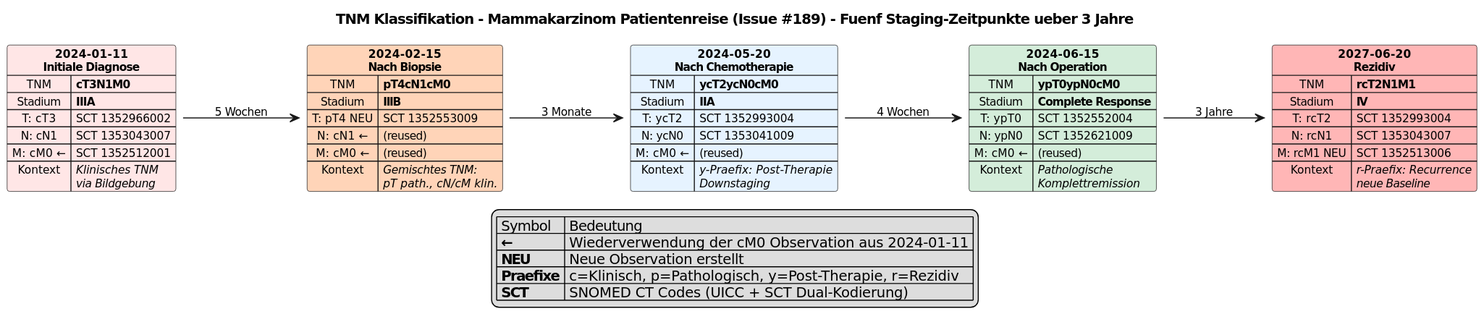
The PlantUML diagram implementation-guides/ImplementationGuide-2026.x-DE/Images/TNM_Breast_Cancer_Journey.svg in medizininformatik-initiative/kerndatensatzmodul-onkologie, before a commit. Source of this version:
```plantuml
@startuml
left to right direction

<style>
title {
  FontSize 14
  FontStyle bold
}
</style>

skinparam defaultFontSize 11
skinparam defaultFontName "DejaVu Sans"
skinparam shadowing false

title TNM Klassifikation - Mammakarzinom Patientenreise (Issue #189) - Fuenf Staging-Zeitpunkte ueber 3 Jahre

map "**2024-01-11**\n**Initiale Diagnose**" as TP1 #FFE6E6 {
  TNM => **cT3N1M0**
  Stadium => **IIIA**
  T: cT3 => SCT 1352966002
  N: cN1 => SCT 1353043007
  M: cM0 <U+2190> => SCT 1352512001
  Kontext => //Klinisches TNM//\n//via Bildgebung//
}

map "**2024-02-15**\n**Nach Biopsie**" as TP2 #FFD4B8 {
  TNM => **pT4cN1cM0**
  Stadium => **IIIB**
  T: pT4 NEU => SCT 1352553009
  N: cN1 <U+2190> => (reused)
  M: cM0 <U+2190> => (reused)
  Kontext => //Gemischtes TNM://\n//pT path., cN/cM klin.//
}

map "**2024-05-20**\n**Nach Chemotherapie**" as TP3 #E6F3FF {
  TNM => **ycT2ycN0cM0**
  Stadium => **IIA**
  T: ycT2 => SCT 1352993004
  N: ycN0 => SCT 1353041009
  M: cM0 <U+2190> => (reused)
  Kontext => //y-Praefix: Post-Therapie//\n//Downstaging//
}

map "**2024-06-15**\n**Nach Operation**" as TP4 #D4EDDA {
  TNM => **ypT0ypN0cM0**
  Stadium => **Complete Response**
  T: ypT0 => SCT 1352552004
  N: ypN0 => SCT 1352621009
  M: cM0 <U+2190> => (reused)
  Kontext => //Pathologische//\n//Komplettremission//
}

map "**2027-06-20**\n**Rezidiv**" as TP5 #FFB6B6 {
  TNM => **rcT2N1M1**
  Stadium => **IV**
  T: rcT2 => SCT 1352993004
  N: rcN1 => SCT 1353043007
  M: rcM1 NEU => SCT 1352513006
  Kontext => //r-Praefix: Recurrence//\n//neue Baseline//
}

TP1 --> TP2 : 5 Wochen
TP2 --> TP3 : 3 Monate
TP3 --> TP4 : 4 Wochen
TP4 --> TP5 : 3 Jahre

legend bottom
  | Symbol | Bedeutung |
  | **<U+2190>** | Wiederverwendung der cM0 Observation aus 2024-01-11 |
  | **NEU** | Neue Observation erstellt |
  | **Praefixe** | c=Klinisch, p=Pathologisch, y=Post-Therapie, r=Rezidiv |
  | **SCT** | SNOMED CT Codes (UICC + SCT Dual-Kodierung) |
end legend
@enduml
```
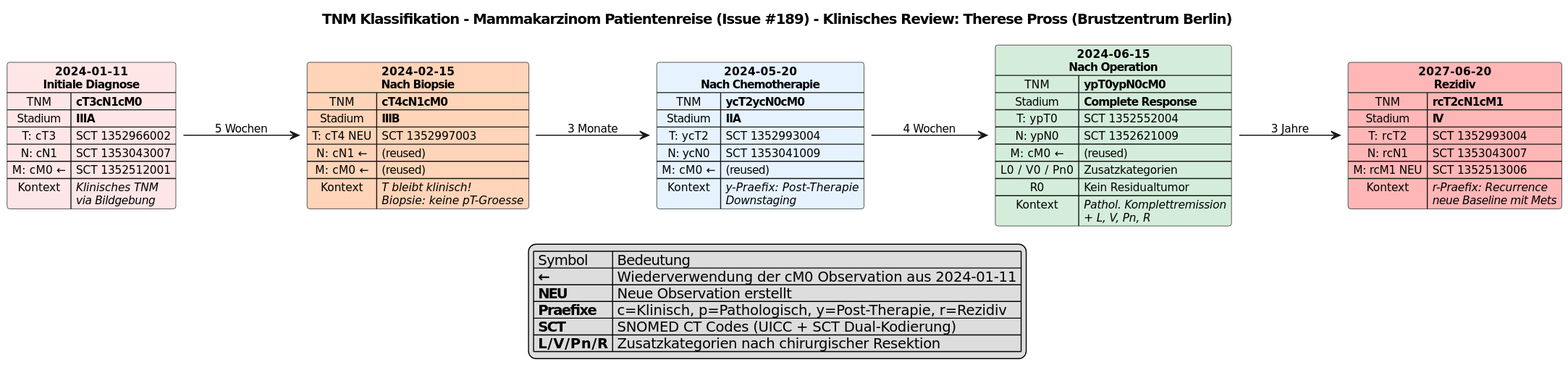
Above is the later version.

What changed in the source:
```diff
@@ -12,10 +12,10 @@
 skinparam defaultFontName "DejaVu Sans"
 skinparam shadowing false
 
-title TNM Klassifikation - Mammakarzinom Patientenreise (Issue #189) - Fuenf Staging-Zeitpunkte ueber 3 Jahre
+title TNM Klassifikation - Mammakarzinom Patientenreise (Issue #189) - Klinisches Review: Therese Pross (Brustzentrum Berlin)
 
 map "**2024-01-11**\n**Initiale Diagnose**" as TP1 #FFE6E6 {
-  TNM => **cT3N1M0**
+  TNM => **cT3cN1cM0**
   Stadium => **IIIA**
   T: cT3 => SCT 1352966002
   N: cN1 => SCT 1353043007
@@ -24,12 +24,12 @@
 }
 
 map "**2024-02-15**\n**Nach Biopsie**" as TP2 #FFD4B8 {
-  TNM => **pT4cN1cM0**
+  TNM => **cT4cN1cM0**
   Stadium => **IIIB**
-  T: pT4 NEU => SCT 1352553009
+  T: cT4 NEU => SCT 1352997003
   N: cN1 <U+2190> => (reused)
   M: cM0 <U+2190> => (reused)
-  Kontext => //Gemischtes TNM://\n//pT path., cN/cM klin.//
+  Kontext => //T bleibt klinisch!//\n//Biopsie: keine pT-Groesse//
 }
 
 map "**2024-05-20**\n**Nach Chemotherapie**" as TP3 #E6F3FF {
@@ -47,16 +47,18 @@
   T: ypT0 => SCT 1352552004
   N: ypN0 => SCT 1352621009
   M: cM0 <U+2190> => (reused)
-  Kontext => //Pathologische//\n//Komplettremission//
+  L0 / V0 / Pn0 => Zusatzkategorien
+  R0 => Kein Residualtumor
+  Kontext => //Pathol. Komplettremission//\n//+ L, V, Pn, R//
 }
 
 map "**2027-06-20**\n**Rezidiv**" as TP5 #FFB6B6 {
-  TNM => **rcT2N1M1**
+  TNM => **rcT2cN1cM1**
   Stadium => **IV**
   T: rcT2 => SCT 1352993004
   N: rcN1 => SCT 1353043007
   M: rcM1 NEU => SCT 1352513006
-  Kontext => //r-Praefix: Recurrence//\n//neue Baseline//
+  Kontext => //r-Praefix: Recurrence//\n//neue Baseline mit Mets//
 }
 
 TP1 --> TP2 : 5 Wochen
@@ -70,5 +72,6 @@
   | **NEU** | Neue Observation erstellt |
   | **Praefixe** | c=Klinisch, p=Pathologisch, y=Post-Therapie, r=Rezidiv |
   | **SCT** | SNOMED CT Codes (UICC + SCT Dual-Kodierung) |
+  | **L/V/Pn/R** | Zusatzkategorien nach chirurgischer Resektion |
 end legend
 @enduml
```
